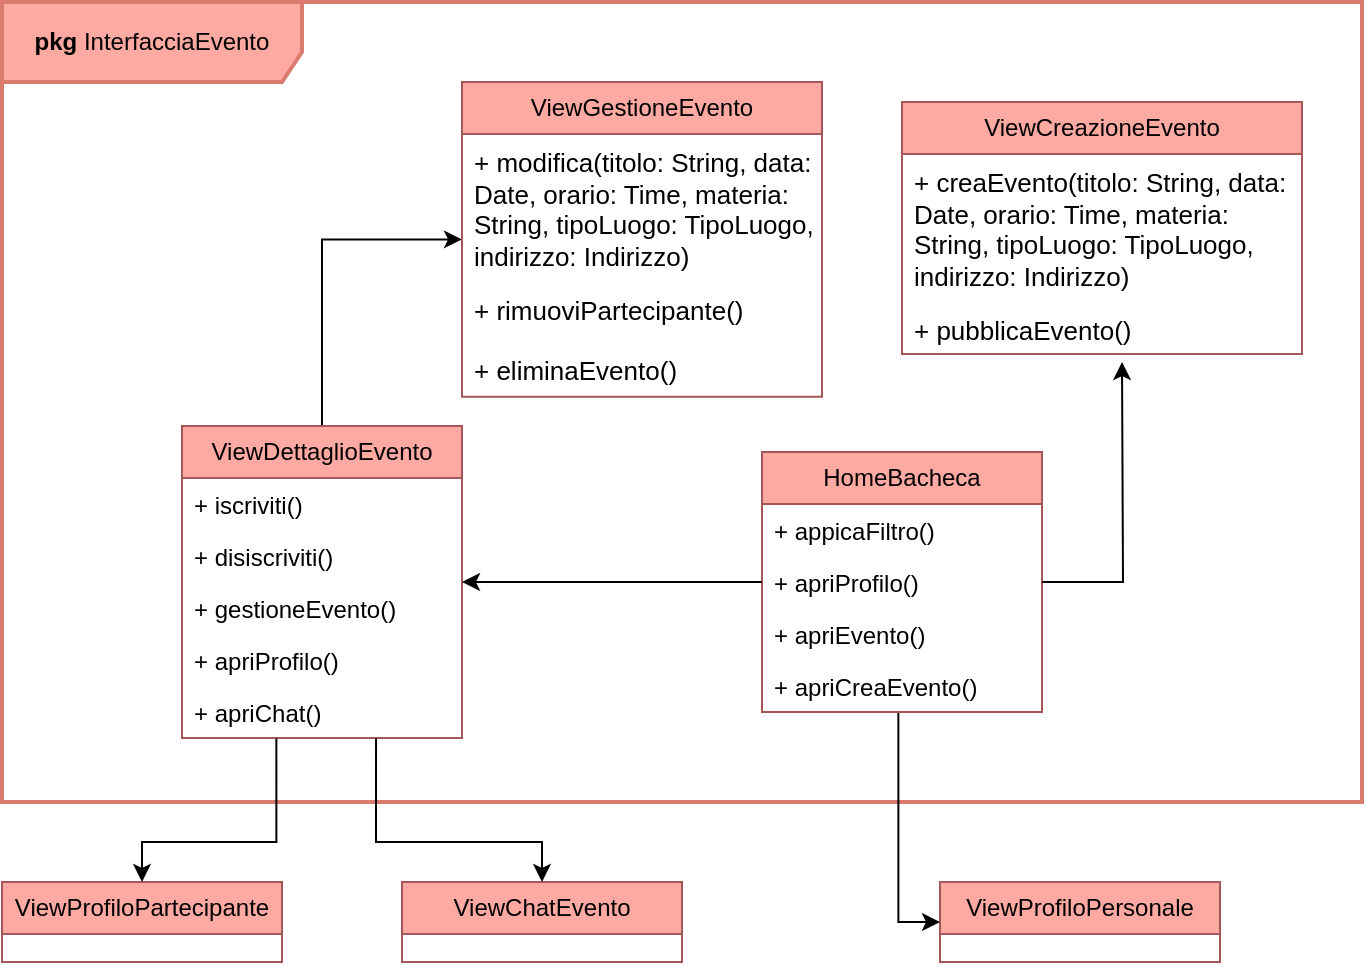
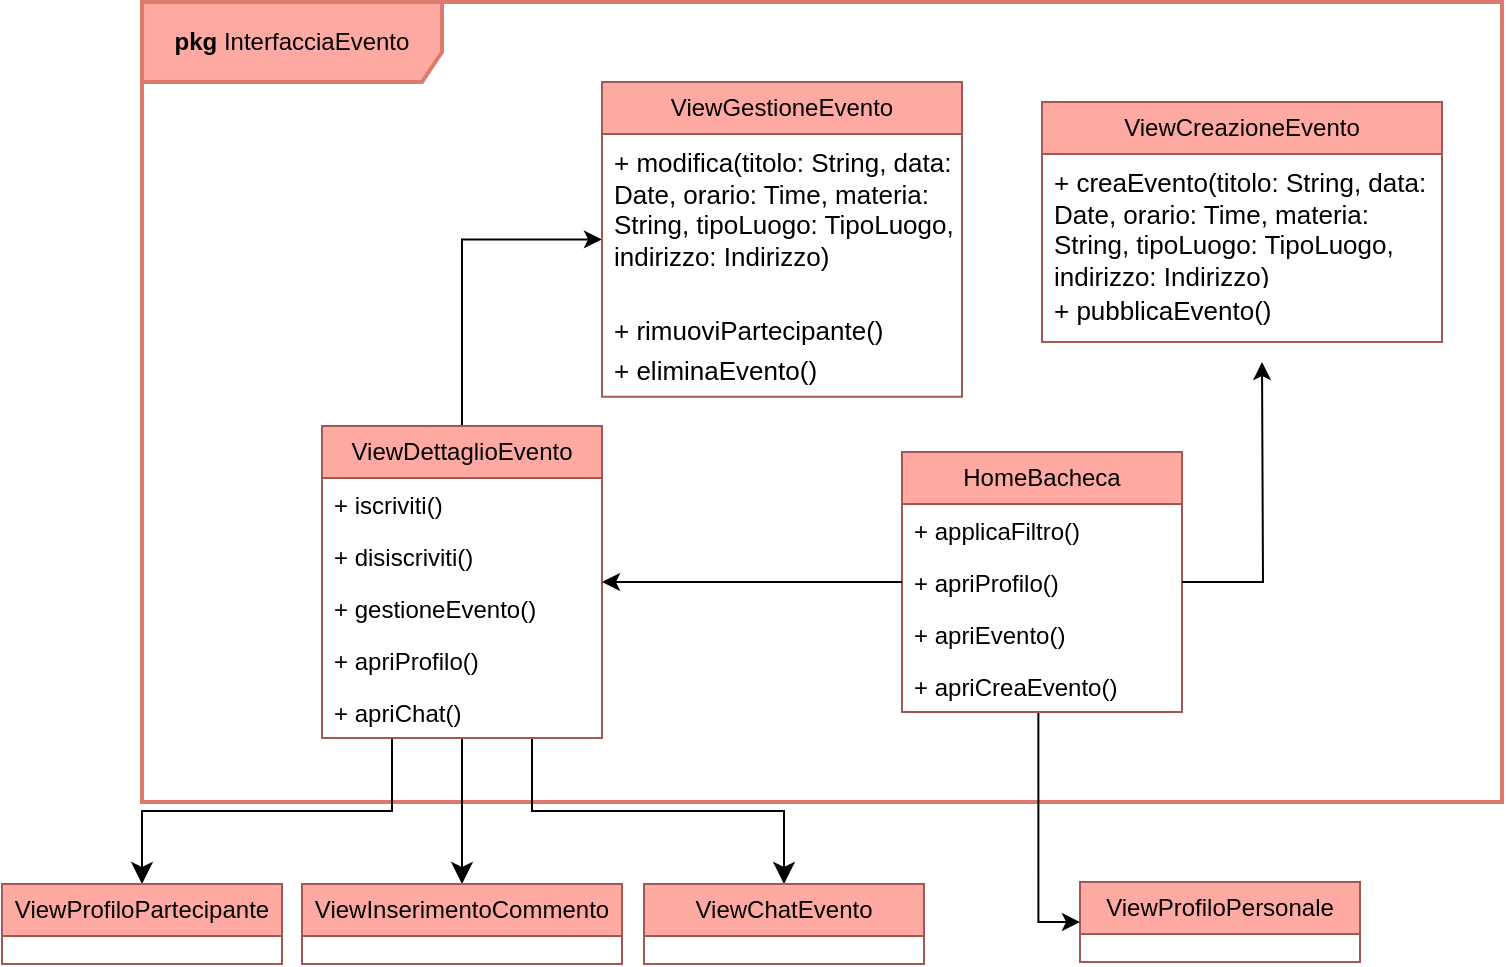
<mxfile host="app.diagrams.net">
  <diagram name="Pagina-1" id="0c2kCZIO34fmXKzSi4si">
-     <mxGraphModel dx="1075" dy="527" grid="1" gridSize="10" guides="1" tooltips="1" connect="1" arrows="1" fold="1" page="1" pageScale="1" pageWidth="827" pageHeight="1169" math="0" shadow="0">
+     <mxGraphModel dx="710" dy="729" grid="1" gridSize="10" guides="1" tooltips="1" connect="1" arrows="1" fold="1" page="1" pageScale="1" pageWidth="827" pageHeight="1169" math="0" shadow="0">
      <root>
        <mxCell id="0" />
        <mxCell id="1" parent="0" />
        <mxCell id="3Kx0-dqQBfoLY7rhYscN-2" parent="1" style="shape=umlFrame;whiteSpace=wrap;html=1;pointerEvents=0;width=150;height=40;fillColor=#FFA9A3;strokeColor=#DA7B6E;strokeWidth=2;" value="&lt;b&gt;pkg &lt;/b&gt;InterfacciaEvento" vertex="1">
          <mxGeometry height="400" width="680" x="80" y="80" as="geometry" />
        </mxCell>
        <mxCell id="3Kx0-dqQBfoLY7rhYscN-3" parent="1" style="swimlane;fontStyle=0;childLayout=stackLayout;horizontal=1;startSize=26;fillColor=#FFA9A3;horizontalStack=0;resizeParent=1;resizeParentMax=0;resizeLast=0;collapsible=1;marginBottom=0;whiteSpace=wrap;html=1;strokeColor=#A35757;" value="HomeBacheca" vertex="1">
          <mxGeometry height="130" width="140" x="460" y="305" as="geometry" />
        </mxCell>
-         <mxCell id="3Kx0-dqQBfoLY7rhYscN-4" parent="3Kx0-dqQBfoLY7rhYscN-3" style="text;strokeColor=none;fillColor=none;align=left;verticalAlign=top;spacingLeft=4;spacingRight=4;overflow=hidden;rotatable=0;points=[[0,0.5],[1,0.5]];portConstraint=eastwest;whiteSpace=wrap;html=1;" value="+ appicaFiltro()" vertex="1">
+         <mxCell id="3Kx0-dqQBfoLY7rhYscN-4" parent="3Kx0-dqQBfoLY7rhYscN-3" style="text;strokeColor=none;fillColor=none;align=left;verticalAlign=top;spacingLeft=4;spacingRight=4;overflow=hidden;rotatable=0;points=[[0,0.5],[1,0.5]];portConstraint=eastwest;whiteSpace=wrap;html=1;" value="+ applicaFiltro()" vertex="1">
          <mxGeometry height="26" width="140" y="26" as="geometry" />
        </mxCell>
        <mxCell id="3Kx0-dqQBfoLY7rhYscN-32" parent="3Kx0-dqQBfoLY7rhYscN-3" style="text;strokeColor=none;fillColor=none;align=left;verticalAlign=top;spacingLeft=4;spacingRight=4;overflow=hidden;rotatable=0;points=[[0,0.5],[1,0.5]];portConstraint=eastwest;whiteSpace=wrap;html=1;" value="+ apriProfilo()" vertex="1">
          <mxGeometry height="26" width="140" y="52" as="geometry" />
        </mxCell>
        <mxCell id="3Kx0-dqQBfoLY7rhYscN-35" parent="3Kx0-dqQBfoLY7rhYscN-3" style="text;strokeColor=none;fillColor=none;align=left;verticalAlign=top;spacingLeft=4;spacingRight=4;overflow=hidden;rotatable=0;points=[[0,0.5],[1,0.5]];portConstraint=eastwest;whiteSpace=wrap;html=1;" value="+ apriEvento()" vertex="1">
          <mxGeometry height="26" width="140" y="78" as="geometry" />
        </mxCell>
        <mxCell id="3Kx0-dqQBfoLY7rhYscN-36" parent="3Kx0-dqQBfoLY7rhYscN-3" style="text;strokeColor=none;fillColor=none;align=left;verticalAlign=top;spacingLeft=4;spacingRight=4;overflow=hidden;rotatable=0;points=[[0,0.5],[1,0.5]];portConstraint=eastwest;whiteSpace=wrap;html=1;" value="+ apriCreaEvento()" vertex="1">
          <mxGeometry height="26" width="140" y="104" as="geometry" />
        </mxCell>
        <mxCell id="3Kx0-dqQBfoLY7rhYscN-5" parent="1" style="swimlane;fontStyle=0;childLayout=stackLayout;horizontal=1;startSize=26;fillColor=#FFA9A3;horizontalStack=0;resizeParent=1;resizeParentMax=0;resizeLast=0;collapsible=1;marginBottom=0;whiteSpace=wrap;html=1;strokeColor=#A35757;" value="ViewCreazioneEvento" vertex="1">
-           <mxGeometry height="126" width="200" x="530" y="130" as="geometry" />
+           <mxGeometry height="120" width="200" x="530" y="130" as="geometry" />
        </mxCell>
        <mxCell id="3Kx0-dqQBfoLY7rhYscN-23" parent="3Kx0-dqQBfoLY7rhYscN-5" style="text;strokeColor=none;fillColor=none;align=left;verticalAlign=top;spacingLeft=4;spacingRight=4;overflow=hidden;rotatable=0;points=[[0,0.5],[1,0.5]];portConstraint=eastwest;whiteSpace=wrap;html=1;fontColor=light-dark(#000000,#000000);fontStyle=0;fontSize=13;" value="+ creaEvento(titolo: String, data: Date, orario: Time, materia: String, tipoLuogo: TipoLuogo, indirizzo: Indirizzo)" vertex="1">
-           <mxGeometry height="74" width="200" y="26" as="geometry" />
+           <mxGeometry height="64" width="200" y="26" as="geometry" />
        </mxCell>
        <mxCell id="6SmlpPara5Y4fWPdTG3Q-39" parent="3Kx0-dqQBfoLY7rhYscN-5" style="text;strokeColor=none;fillColor=none;align=left;verticalAlign=top;spacingLeft=4;spacingRight=4;overflow=hidden;rotatable=0;points=[[0,0.5],[1,0.5]];portConstraint=eastwest;whiteSpace=wrap;html=1;" value="&lt;font style=&quot;font-size: 13px;&quot;&gt;+ pubblicaEvento()&lt;/font&gt;" vertex="1">
-           <mxGeometry height="26" width="200" y="100" as="geometry" />
+           <mxGeometry height="30" width="200" y="90" as="geometry" />
        </mxCell>
        <mxCell id="3Kx0-dqQBfoLY7rhYscN-13" edge="1" parent="1" source="3Kx0-dqQBfoLY7rhYscN-7" style="edgeStyle=orthogonalEdgeStyle;rounded=0;orthogonalLoop=1;jettySize=auto;html=1;exitX=0.5;exitY=0;exitDx=0;exitDy=0;entryX=0;entryY=0.5;entryDx=0;entryDy=0;" target="3Kx0-dqQBfoLY7rhYscN-9">
+           <mxGeometry relative="1" as="geometry" />
+         </mxCell>
+         <mxCell id="ZI5rSdlOHZgujHehk5z9-2" edge="1" parent="1" source="3Kx0-dqQBfoLY7rhYscN-7" style="edgeStyle=orthogonalEdgeStyle;rounded=0;orthogonalLoop=1;jettySize=auto;html=1;exitX=0.5;exitY=1;exitDx=0;exitDy=0;fontSize=12;startSize=8;endSize=8;" target="ZI5rSdlOHZgujHehk5z9-1">
+           <mxGeometry relative="1" as="geometry" />
+         </mxCell>
+         <mxCell id="ZI5rSdlOHZgujHehk5z9-3" edge="1" parent="1" source="3Kx0-dqQBfoLY7rhYscN-7" style="edgeStyle=orthogonalEdgeStyle;rounded=0;orthogonalLoop=1;jettySize=auto;html=1;exitX=0.75;exitY=1;exitDx=0;exitDy=0;fontSize=12;startSize=8;endSize=8;" target="3Kx0-dqQBfoLY7rhYscN-20">
+           <mxGeometry relative="1" as="geometry" />
+         </mxCell>
+         <mxCell id="ZI5rSdlOHZgujHehk5z9-4" edge="1" parent="1" source="3Kx0-dqQBfoLY7rhYscN-7" style="edgeStyle=orthogonalEdgeStyle;rounded=0;orthogonalLoop=1;jettySize=auto;html=1;exitX=0.25;exitY=1;exitDx=0;exitDy=0;fontSize=12;startSize=8;endSize=8;" target="3Kx0-dqQBfoLY7rhYscN-16">
          <mxGeometry relative="1" as="geometry" />
        </mxCell>
        <mxCell id="3Kx0-dqQBfoLY7rhYscN-7" parent="1" style="swimlane;fontStyle=0;childLayout=stackLayout;horizontal=1;startSize=26;fillColor=#FFA9A3;horizontalStack=0;resizeParent=1;resizeParentMax=0;resizeLast=0;collapsible=1;marginBottom=0;whiteSpace=wrap;html=1;strokeColor=#A35757;" value="ViewDettaglioEvento" vertex="1">
          <mxGeometry height="156" width="140" x="170" y="292" as="geometry" />
        </mxCell>
        <mxCell id="3Kx0-dqQBfoLY7rhYscN-8" parent="3Kx0-dqQBfoLY7rhYscN-7" style="text;strokeColor=none;fillColor=none;align=left;verticalAlign=top;spacingLeft=4;spacingRight=4;overflow=hidden;rotatable=0;points=[[0,0.5],[1,0.5]];portConstraint=eastwest;whiteSpace=wrap;html=1;" value="+ iscriviti()" vertex="1">
          <mxGeometry height="26" width="140" y="26" as="geometry" />
        </mxCell>
        <mxCell id="3Kx0-dqQBfoLY7rhYscN-27" parent="3Kx0-dqQBfoLY7rhYscN-7" style="text;strokeColor=none;fillColor=none;align=left;verticalAlign=top;spacingLeft=4;spacingRight=4;overflow=hidden;rotatable=0;points=[[0,0.5],[1,0.5]];portConstraint=eastwest;whiteSpace=wrap;html=1;" value="+ disiscriviti()" vertex="1">
          <mxGeometry height="26" width="140" y="52" as="geometry" />
        </mxCell>
        <mxCell id="3Kx0-dqQBfoLY7rhYscN-37" parent="3Kx0-dqQBfoLY7rhYscN-7" style="text;strokeColor=none;fillColor=none;align=left;verticalAlign=top;spacingLeft=4;spacingRight=4;overflow=hidden;rotatable=0;points=[[0,0.5],[1,0.5]];portConstraint=eastwest;whiteSpace=wrap;html=1;" value="+ gestioneEvento()" vertex="1">
          <mxGeometry height="26" width="140" y="78" as="geometry" />
        </mxCell>
        <mxCell id="3Kx0-dqQBfoLY7rhYscN-28" parent="3Kx0-dqQBfoLY7rhYscN-7" style="text;strokeColor=none;fillColor=none;align=left;verticalAlign=top;spacingLeft=4;spacingRight=4;overflow=hidden;rotatable=0;points=[[0,0.5],[1,0.5]];portConstraint=eastwest;whiteSpace=wrap;html=1;" value="+ apriProfilo()" vertex="1">
          <mxGeometry height="26" width="140" y="104" as="geometry" />
        </mxCell>
        <mxCell id="3Kx0-dqQBfoLY7rhYscN-30" parent="3Kx0-dqQBfoLY7rhYscN-7" style="text;strokeColor=none;fillColor=none;align=left;verticalAlign=top;spacingLeft=4;spacingRight=4;overflow=hidden;rotatable=0;points=[[0,0.5],[1,0.5]];portConstraint=eastwest;whiteSpace=wrap;html=1;" value="+ apriChat()" vertex="1">
          <mxGeometry height="26" width="140" y="130" as="geometry" />
        </mxCell>
        <mxCell id="3Kx0-dqQBfoLY7rhYscN-9" parent="1" style="swimlane;fontStyle=0;childLayout=stackLayout;horizontal=1;startSize=26;fillColor=#FFA9A3;horizontalStack=0;resizeParent=1;resizeParentMax=0;resizeLast=0;collapsible=1;marginBottom=0;whiteSpace=wrap;html=1;strokeColor=#A35757;" value="ViewGestioneEvento" vertex="1">
          <mxGeometry height="157.38" width="180" x="310" y="120" as="geometry" />
        </mxCell>
        <mxCell id="3Kx0-dqQBfoLY7rhYscN-24" parent="3Kx0-dqQBfoLY7rhYscN-9" style="text;strokeColor=none;fillColor=none;align=left;verticalAlign=top;spacingLeft=4;spacingRight=4;overflow=hidden;rotatable=0;points=[[0,0.5],[1,0.5]];portConstraint=eastwest;whiteSpace=wrap;html=1;fontColor=light-dark(#000000,#000000);fontStyle=0;fontSize=13;" value="+ modifica(titolo: String, data: Date, orario: Time, materia: String, tipoLuogo: TipoLuogo, indirizzo: Indirizzo)" vertex="1">
-           <mxGeometry height="74" width="180" y="26" as="geometry" />
+           <mxGeometry height="84" width="180" y="26" as="geometry" />
        </mxCell>
        <mxCell id="3Kx0-dqQBfoLY7rhYscN-26" parent="3Kx0-dqQBfoLY7rhYscN-9" style="text;strokeColor=none;fillColor=none;align=left;verticalAlign=top;spacingLeft=4;spacingRight=4;overflow=hidden;rotatable=0;points=[[0,0.5],[1,0.5]];portConstraint=eastwest;whiteSpace=wrap;html=1;" value="&lt;font style=&quot;color: light-dark(rgb(0, 0, 0), rgb(0, 0, 0));&quot;&gt;&lt;span style=&quot;font-size: 13px;&quot;&gt;+ rimuoviPartecipante()&lt;/span&gt;&lt;/font&gt;" vertex="1">
-           <mxGeometry height="30" width="180" y="100" as="geometry" />
+           <mxGeometry height="20" width="180" y="110" as="geometry" />
        </mxCell>
        <mxCell id="3Kx0-dqQBfoLY7rhYscN-25" parent="3Kx0-dqQBfoLY7rhYscN-9" style="text;strokeColor=none;fillColor=none;align=left;verticalAlign=top;spacingLeft=4;spacingRight=4;overflow=hidden;rotatable=0;points=[[0,0.5],[1,0.5]];portConstraint=eastwest;whiteSpace=wrap;html=1;" value="&lt;font style=&quot;color: light-dark(rgb(0, 0, 0), rgb(0, 0, 0));&quot;&gt;&lt;span style=&quot;font-size: 13px;&quot;&gt;+ eliminaEvento()&lt;/span&gt;&lt;/font&gt;" vertex="1">
          <mxGeometry height="27.38" width="180" y="130" as="geometry" />
        </mxCell>
        <mxCell id="3Kx0-dqQBfoLY7rhYscN-11" edge="1" parent="1" source="3Kx0-dqQBfoLY7rhYscN-3" style="edgeStyle=orthogonalEdgeStyle;rounded=0;orthogonalLoop=1;jettySize=auto;html=1;exitX=1;exitY=0.5;exitDx=0;exitDy=0;">
          <mxGeometry relative="1" as="geometry">
            <mxPoint x="640" y="260" as="targetPoint" />
          </mxGeometry>
        </mxCell>
        <mxCell id="3Kx0-dqQBfoLY7rhYscN-12" edge="1" parent="1" source="3Kx0-dqQBfoLY7rhYscN-3" style="edgeStyle=orthogonalEdgeStyle;rounded=0;orthogonalLoop=1;jettySize=auto;html=1;exitX=0;exitY=0.5;exitDx=0;exitDy=0;entryX=1;entryY=0.5;entryDx=0;entryDy=0;" target="3Kx0-dqQBfoLY7rhYscN-7">
          <mxGeometry relative="1" as="geometry" />
        </mxCell>
        <mxCell id="3Kx0-dqQBfoLY7rhYscN-14" parent="1" style="swimlane;fontStyle=0;childLayout=stackLayout;horizontal=1;startSize=26;fillColor=#FFA9A3;horizontalStack=0;resizeParent=1;resizeParentMax=0;resizeLast=0;collapsible=1;marginBottom=0;whiteSpace=wrap;html=1;strokeColor=#A35757;" value="ViewProfiloPersonale" vertex="1">
          <mxGeometry height="40" width="140" x="549" y="520" as="geometry" />
        </mxCell>
        <mxCell id="3Kx0-dqQBfoLY7rhYscN-16" parent="1" style="swimlane;fontStyle=0;childLayout=stackLayout;horizontal=1;startSize=26;fillColor=#FFA9A3;horizontalStack=0;resizeParent=1;resizeParentMax=0;resizeLast=0;collapsible=1;marginBottom=0;whiteSpace=wrap;html=1;strokeColor=#A35757;" value="ViewProfiloPartecipante" vertex="1">
-           <mxGeometry height="40" width="140" x="80" y="520" as="geometry" />
-         </mxCell>
-         <mxCell id="3Kx0-dqQBfoLY7rhYscN-18" edge="1" parent="1" source="3Kx0-dqQBfoLY7rhYscN-16" style="edgeStyle=orthogonalEdgeStyle;rounded=0;orthogonalLoop=1;jettySize=auto;html=1;exitX=0.5;exitY=0;exitDx=0;exitDy=0;startArrow=classic;startFill=1;endArrow=none;endFill=0;entryX=0.337;entryY=1.012;entryDx=0;entryDy=0;entryPerimeter=0;" target="3Kx0-dqQBfoLY7rhYscN-30">
-           <mxGeometry relative="1" as="geometry">
-             <Array as="points">
-               <mxPoint x="150" y="500" />
-               <mxPoint x="217" y="500" />
-             </Array>
-             <mxPoint x="216" y="420" as="targetPoint" />
-           </mxGeometry>
+           <mxGeometry height="40" width="140" x="10" y="521" as="geometry" />
        </mxCell>
        <mxCell id="3Kx0-dqQBfoLY7rhYscN-19" edge="1" parent="1" source="3Kx0-dqQBfoLY7rhYscN-14" style="edgeStyle=orthogonalEdgeStyle;rounded=0;orthogonalLoop=1;jettySize=auto;html=1;exitX=0;exitY=0.5;exitDx=0;exitDy=0;endArrow=none;endFill=0;startArrow=classic;startFill=1;entryX=0.487;entryY=1.019;entryDx=0;entryDy=0;entryPerimeter=0;" target="3Kx0-dqQBfoLY7rhYscN-36">
          <mxGeometry relative="1" as="geometry">
            <mxPoint x="529" y="460" as="targetPoint" />
          </mxGeometry>
        </mxCell>
        <mxCell id="3Kx0-dqQBfoLY7rhYscN-20" parent="1" style="swimlane;fontStyle=0;childLayout=stackLayout;horizontal=1;startSize=26;fillColor=#FFA9A3;horizontalStack=0;resizeParent=1;resizeParentMax=0;resizeLast=0;collapsible=1;marginBottom=0;whiteSpace=wrap;html=1;strokeColor=#A35757;" value="ViewChatEvento" vertex="1">
-           <mxGeometry height="40" width="140" x="280" y="520" as="geometry" />
+           <mxGeometry height="40" width="140" x="331" y="521" as="geometry" />
        </mxCell>
-         <mxCell id="3Kx0-dqQBfoLY7rhYscN-22" edge="1" parent="1" source="3Kx0-dqQBfoLY7rhYscN-20" style="edgeStyle=orthogonalEdgeStyle;rounded=0;orthogonalLoop=1;jettySize=auto;html=1;exitX=0.5;exitY=0;exitDx=0;exitDy=0;entryX=0.693;entryY=1.012;entryDx=0;entryDy=0;entryPerimeter=0;endArrow=none;endFill=0;startArrow=classic;startFill=1;" target="3Kx0-dqQBfoLY7rhYscN-30">
-           <mxGeometry relative="1" as="geometry">
-             <Array as="points">
-               <mxPoint x="350" y="500" />
-               <mxPoint x="267" y="500" />
-             </Array>
-           </mxGeometry>
+         <mxCell id="ZI5rSdlOHZgujHehk5z9-1" parent="1" style="swimlane;fontStyle=0;childLayout=stackLayout;horizontal=1;startSize=26;fillColor=#FFA9A3;horizontalStack=0;resizeParent=1;resizeParentMax=0;resizeLast=0;collapsible=1;marginBottom=0;whiteSpace=wrap;html=1;strokeColor=#A35757;" value="ViewInserimentoCommento" vertex="1">
+           <mxGeometry height="40" width="160" x="160" y="521" as="geometry" />
        </mxCell>
      </root>
    </mxGraphModel>
  </diagram>
</mxfile>
